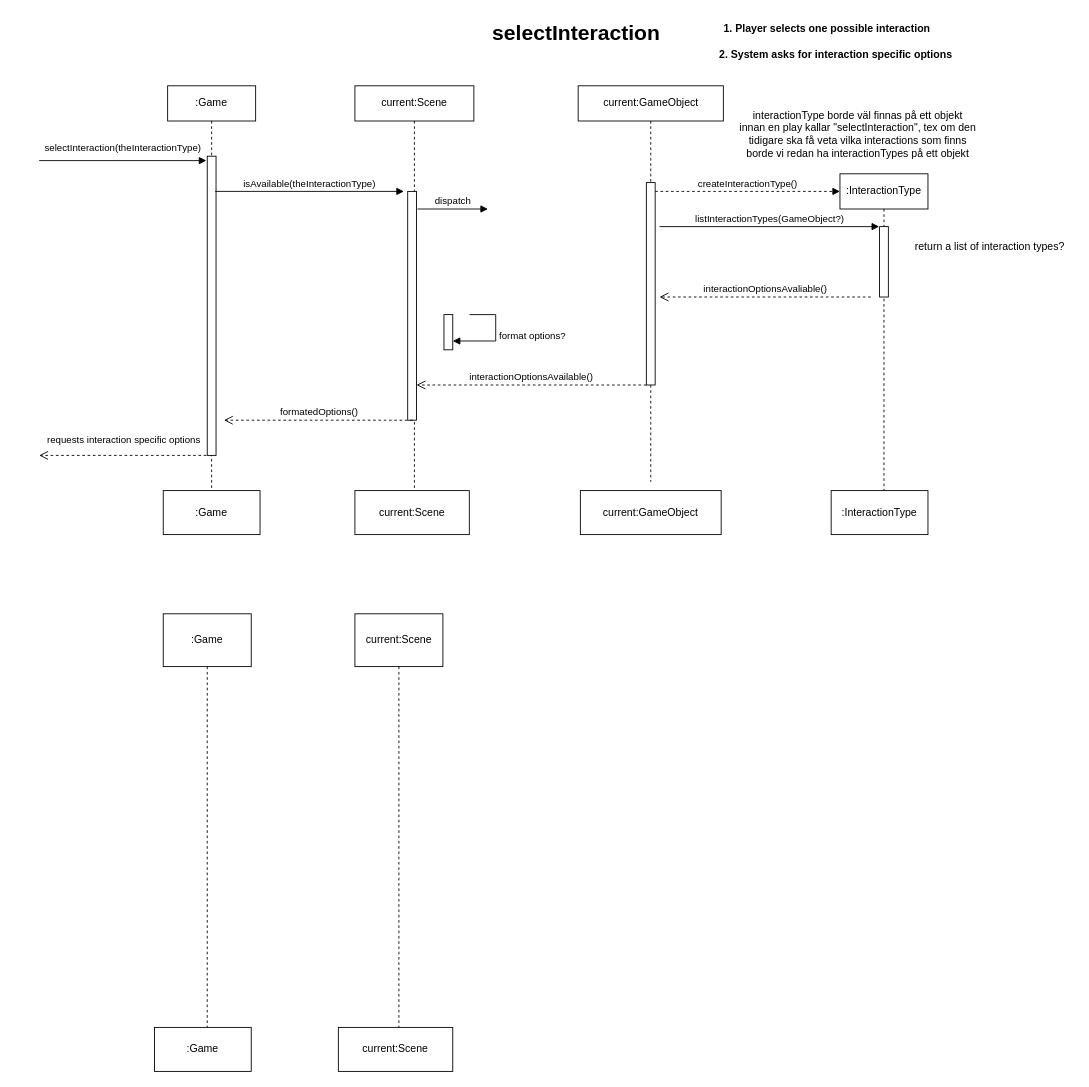
Above: page "selectInteraction" (3 of 6) of domain-model.drawio in Jesper-R/PA1460 (draw.io), before the change. Source tidied: cells renumbered, new cells numbered last; positions are measured from the earlier drawing's top-left corner, leaving out a move shared by most shapes. Both pictures are drawn from the tidied source at 88%, with x=0, y=0 at pixel (39, 15).
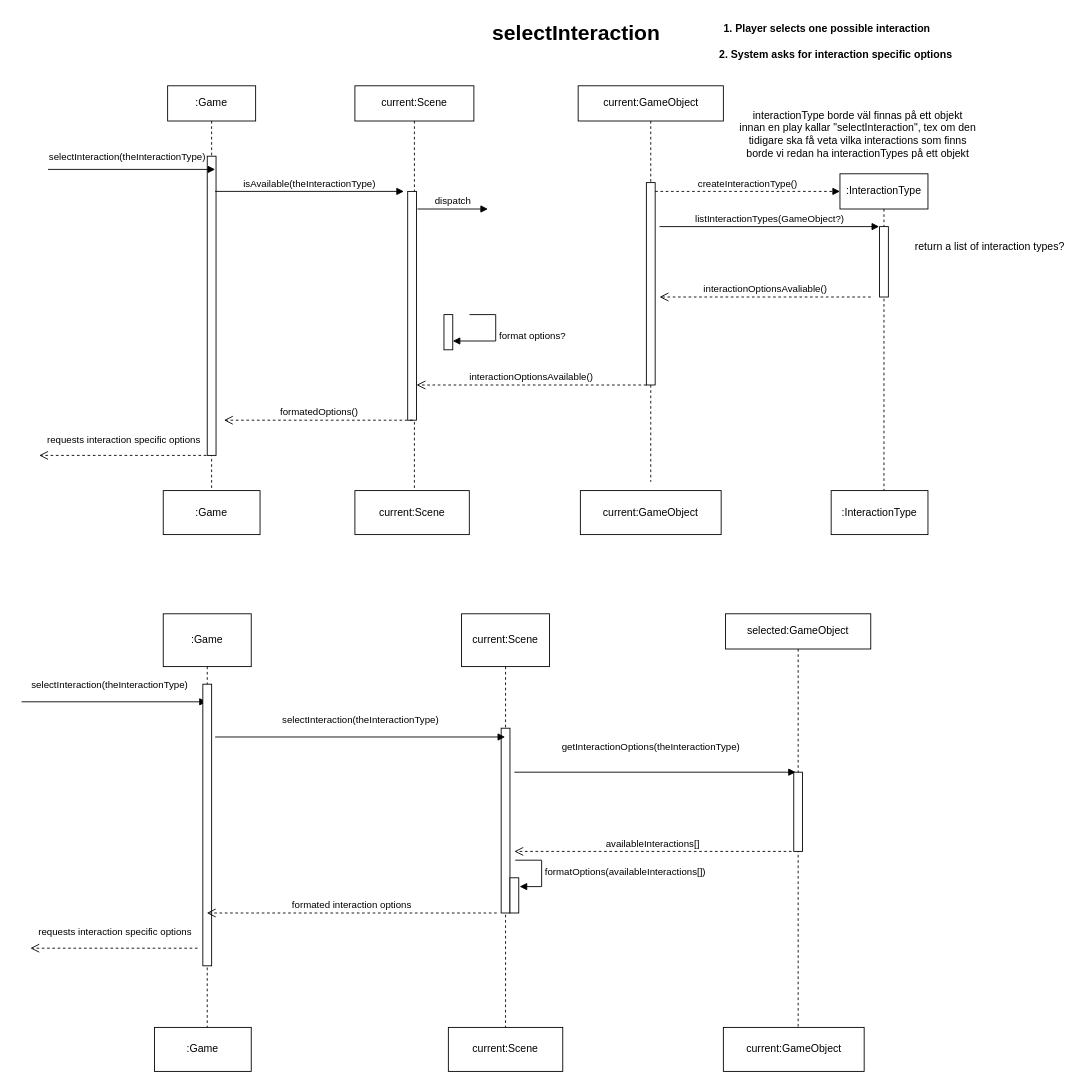
Above is the later version.

The change refers to these unchanged cells:
```xml
<mxCell id="30" value=":Game" style="shape=umlLifeline;perimeter=lifelinePerimeter;whiteSpace=wrap;html=1;outlineConnect=0;portConstraint=eastwest;newEdgeStyle={&quot;curved&quot;:0,&quot;rounded&quot;:0};size=60;" parent="1" vertex="1">
  <mxGeometry x="141" y="680" width="100" height="480" as="geometry" />
</mxCell>
```

The edit, as a diff of the source:
```diff
@@
-    <mxCell id="5" value="selectInteraction(theInteractionType)" style="html=1;verticalAlign=bottom;endArrow=block;curved=0;rounded=0;entryX=0;entryY=0;entryDx=0;entryDy=5;" parent="1" edge="1">
-      <mxGeometry y="5" relative="1" as="geometry">
-        <mxPoint y="165" as="sourcePoint" />
-        <mxPoint x="190" y="165" as="targetPoint" />
+    <mxCell id="5" value="selectInteraction(theInteractionType)" style="html=1;verticalAlign=bottom;endArrow=block;curved=0;rounded=0;" parent="1" edge="1" target="30">
+      <mxGeometry x="-0.05" y="10" relative="1" as="geometry">
+        <mxPoint x="-20" y="780" as="sourcePoint" />
       </mxGeometry>
     </mxCell>
@@
+    <mxCell id="34" style="html=1;perimeter=orthogonalPerimeter;targetShapes=umlLifeline;newEdgeStyle={&quot;curved&quot;:0,&quot;rounded&quot;:0};" parent="30" vertex="1">
+      <mxGeometry x="45" y="80" width="10" height="320" as="geometry" />
+    </mxCell>
     <mxCell id="31" value="current:Scene" style="shape=umlLifeline;perimeter=lifelinePerimeter;whiteSpace=wrap;html=1;outlineConnect=0;portConstraint=eastwest;newEdgeStyle={&quot;curved&quot;:0,&quot;rounded&quot;:0};size=60;" parent="1" vertex="1">
-      <mxGeometry x="358.8" y="680" width="100" height="480" as="geometry" />
+      <mxGeometry x="480" y="680" width="100" height="480" as="geometry" />
     </mxCell>
+    <mxCell id="35" style="html=1;perimeter=orthogonalPerimeter;targetShapes=umlLifeline;newEdgeStyle={&quot;curved&quot;:0,&quot;rounded&quot;:0};" parent="31" vertex="1">
+      <mxGeometry x="45" y="130" width="10" height="210" as="geometry" />
+    </mxCell>
+    <mxCell id="36" style="html=1;perimeter=orthogonalPerimeter;targetShapes=umlLifeline;newEdgeStyle={&quot;curved&quot;:0,&quot;rounded&quot;:0};" parent="31" vertex="1">
+      <mxGeometry x="55" y="300" width="10" height="40" as="geometry" />
+    </mxCell>
@@
     <mxCell id="33" value="current:Scene" style="html=1;whiteSpace=wrap;" parent="1" vertex="1">
-      <mxGeometry x="340" y="1150" width="130" height="50" as="geometry" />
+      <mxGeometry x="465" y="1150" width="130" height="50" as="geometry" />
     </mxCell>
+    <mxCell id="37" value="selectInteraction(theInteractionType)" style="html=1;verticalAlign=bottom;endArrow=block;curved=0;rounded=0;entryX=0;entryY=0;entryDx=0;entryDy=5;" parent="1" edge="1">
+      <mxGeometry x="-0.05" y="5" relative="1" as="geometry">
+        <mxPoint x="10" y="175" as="sourcePoint" />
+        <mxPoint x="200" y="175" as="targetPoint" />
+      </mxGeometry>
+    </mxCell>
+    <mxCell id="38" value="requests interaction specific options" style="html=1;verticalAlign=bottom;endArrow=open;dashed=1;endSize=8;curved=0;rounded=0;" parent="1" edge="1">
+      <mxGeometry x="-0.01" y="-9" relative="1" as="geometry">
+        <mxPoint x="180" y="1060" as="sourcePoint" />
+        <mxPoint x="-10" y="1060" as="targetPoint" />
+      </mxGeometry>
+    </mxCell>
+    <mxCell id="39" value="getInteractionOptions(theInteractionType)" style="html=1;verticalAlign=bottom;endArrow=block;curved=0;rounded=0;" parent="1" edge="1">
+      <mxGeometry x="-0.03" y="20" relative="1" as="geometry">
+        <mxPoint x="540" y="860" as="sourcePoint" />
+        <mxPoint x="859.8" y="860" as="targetPoint" />
+      </mxGeometry>
+    </mxCell>
+    <mxCell id="40" value="selected:GameObject" style="shape=umlLifeline;perimeter=lifelinePerimeter;whiteSpace=wrap;html=1;newEdgeStyle={&quot;curved&quot;:0,&quot;rounded&quot;:0};" parent="1" vertex="1">
+      <mxGeometry x="780" y="680" width="165" height="470" as="geometry" />
+    </mxCell>
+    <mxCell id="41" style="html=1;perimeter=orthogonalPerimeter;targetShapes=umlLifeline;newEdgeStyle={&quot;curved&quot;:0,&quot;rounded&quot;:0};" parent="40" vertex="1">
+      <mxGeometry x="77.5" y="180" width="10" height="90" as="geometry" />
+    </mxCell>
+    <mxCell id="42" value="current:GameObject" style="html=1;whiteSpace=wrap;" parent="1" vertex="1">
+      <mxGeometry x="777.5" y="1150" width="160" height="50" as="geometry" />
+    </mxCell>
+    <mxCell id="43" value="selectInteraction(theInteractionType)" style="html=1;verticalAlign=bottom;endArrow=block;curved=0;rounded=0;" parent="1" edge="1" target="31">
+      <mxGeometry y="10" relative="1" as="geometry">
+        <mxPoint x="200" y="820" as="sourcePoint" />
+      </mxGeometry>
+    </mxCell>
+    <mxCell id="44" value="availableInteractions[]" style="html=1;verticalAlign=bottom;endArrow=open;dashed=1;endSize=8;curved=0;rounded=0;" parent="1" edge="1">
+      <mxGeometry relative="1" as="geometry">
+        <mxPoint x="855" y="950" as="sourcePoint" />
+        <mxPoint x="540" y="950" as="targetPoint" />
+      </mxGeometry>
+    </mxCell>
+    <mxCell id="45" value="formatOptions(availableInteractions[])" style="html=1;align=left;spacingLeft=2;endArrow=block;rounded=0;edgeStyle=orthogonalEdgeStyle;curved=0;rounded=0;" parent="1" edge="1">
+      <mxGeometry relative="1" as="geometry">
+        <mxPoint x="541" y="960" as="sourcePoint" />
+        <mxPoint x="546" y="990" as="targetPoint" />
+        <Array as="points">
+          <mxPoint x="571" y="990" />
+        </Array>
+      </mxGeometry>
+    </mxCell>
+    <mxCell id="46" value="formated interaction options" style="html=1;verticalAlign=bottom;endArrow=open;dashed=1;endSize=8;curved=0;rounded=0;" parent="1" edge="1" target="30">
+      <mxGeometry relative="1" as="geometry">
+        <mxPoint x="520" y="1020" as="sourcePoint" />
+      </mxGeometry>
+    </mxCell>
```
